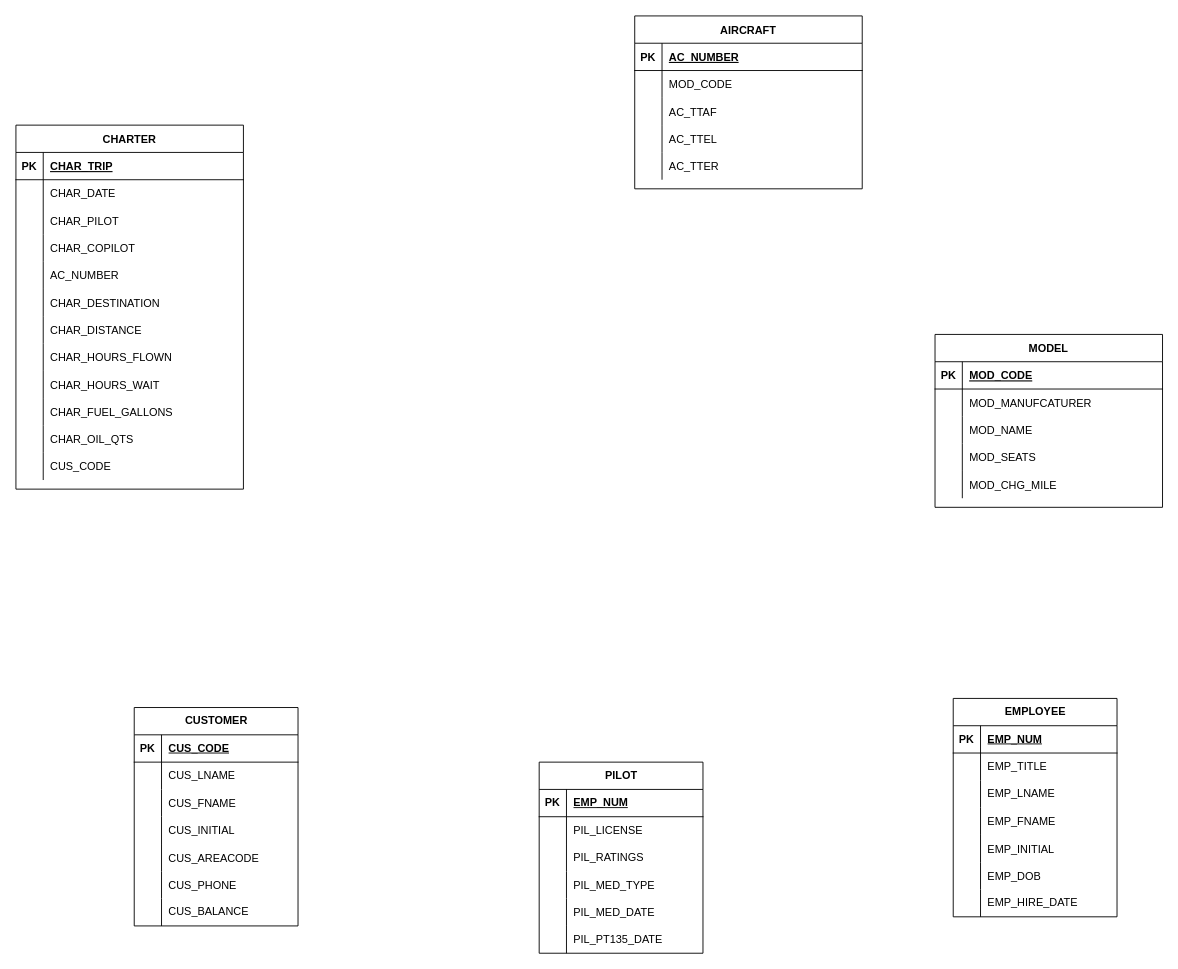
This is week4.drawio from GreenFella/databaseclass, a draw.io file, before an edit. Source tidied: cells renumbered, new cells numbered last; positions are measured from the earlier drawing's top-left corner, leaving out a move shared by most shapes. Both pictures are drawn from the tidied source at 91%, with x=0, y=0 at pixel (15, 15).
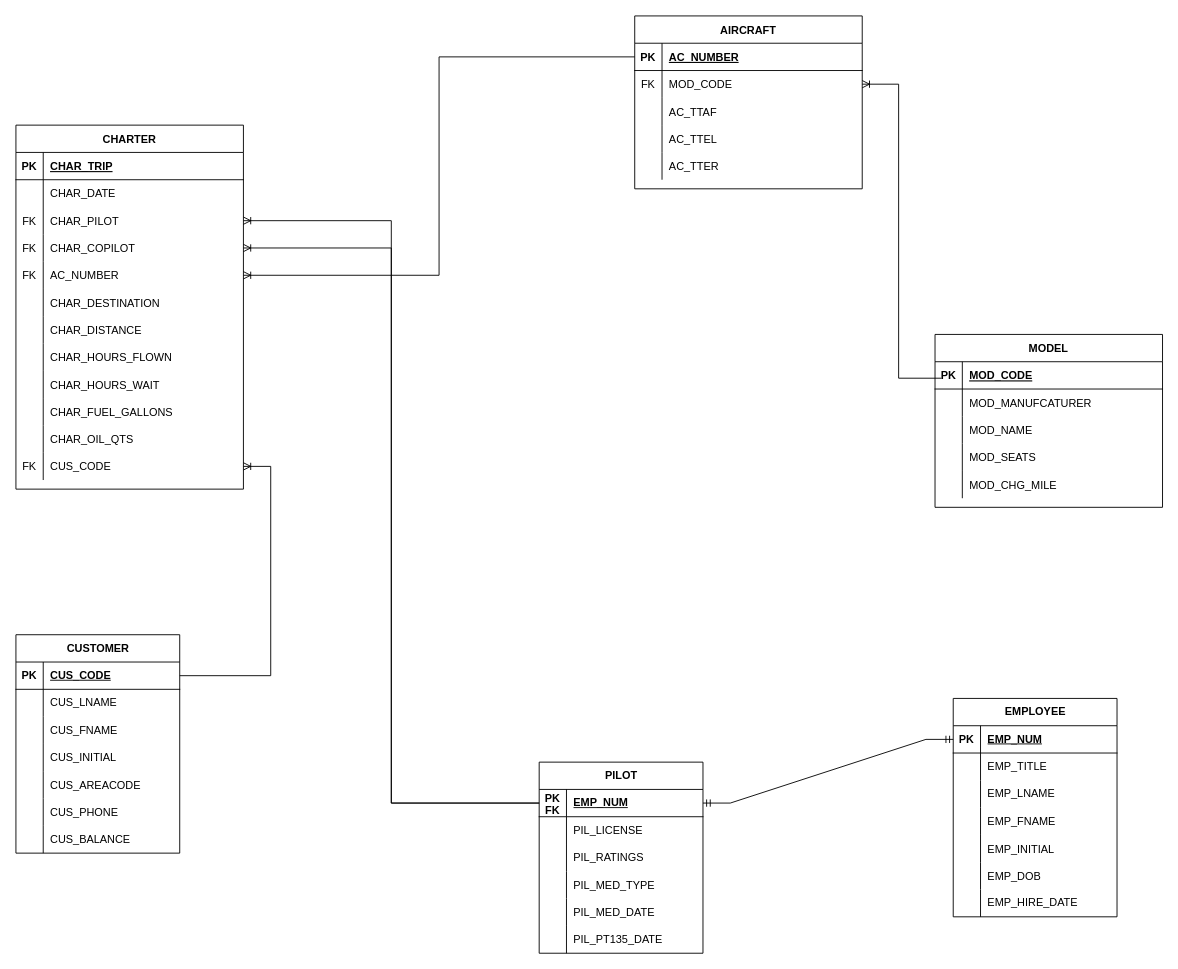
The same page after the edit.

Unchanged cells that the change refers to:
```xml
<mxCell id="3" style="shape=partialRectangle;fillColor=none;points=[[0,0.5],[1,0.5]];portConstraint=eastwest;top=0;left=0;right=0;bottom=1;" parent="2" vertex="1">
  <mxGeometry y="30" width="250" height="30" as="geometry" />
</mxCell>
<mxCell id="6" style="shape=partialRectangle;fillColor=none;points=[[0,0.5],[1,0.5]];portConstraint=eastwest;top=0;left=0;right=0;bottom=0;" parent="2" vertex="1">
  <mxGeometry y="60" width="250" height="30" as="geometry" />
</mxCell>
<mxCell id="19" style="shape=partialRectangle;fillColor=none;points=[[0,0.5],[1,0.5]];portConstraint=eastwest;top=0;left=0;right=0;bottom=1;" parent="18" vertex="1">
  <mxGeometry y="30" width="250" height="30" as="geometry" />
</mxCell>
<mxCell id="41" style="shape=tableRow;horizontal=0;startSize=0;swimlaneHead=0;swimlaneBody=0;fillColor=none;points=[[0,0.5],[1,0.5]];portConstraint=eastwest;top=0;left=0;right=0;bottom=0;" parent="34" vertex="1">
  <mxGeometry y="90" width="250" height="30" as="geometry" />
</mxCell>
<mxCell id="44" style="shape=tableRow;horizontal=0;startSize=0;swimlaneHead=0;swimlaneBody=0;fillColor=none;points=[[0,0.5],[1,0.5]];portConstraint=eastwest;top=0;left=0;right=0;bottom=0;" parent="34" vertex="1">
  <mxGeometry y="120" width="250" height="30" as="geometry" />
</mxCell>
<mxCell id="47" style="shape=tableRow;horizontal=0;startSize=0;swimlaneHead=0;swimlaneBody=0;fillColor=none;points=[[0,0.5],[1,0.5]];portConstraint=eastwest;top=0;left=0;right=0;bottom=0;" parent="34" vertex="1">
  <mxGeometry y="150" width="250" height="30" as="geometry" />
</mxCell>
<mxCell id="68" style="shape=tableRow;horizontal=0;startSize=0;swimlaneHead=0;swimlaneBody=0;fillColor=none;points=[[0,0.5],[1,0.5]];portConstraint=eastwest;top=0;left=0;right=0;bottom=0;" parent="34" vertex="1">
  <mxGeometry y="360" width="250" height="30" as="geometry" />
</mxCell>
<mxCell id="72" style="shape=tableRow;horizontal=0;startSize=0;swimlaneHead=0;swimlaneBody=0;fillColor=none;points=[[0,0.5],[1,0.5]];portConstraint=eastwest;top=0;left=0;right=0;bottom=1;" parent="71" vertex="1">
  <mxGeometry y="30" width="180" height="30" as="geometry" />
</mxCell>
<mxCell id="91" style="shape=tableRow;horizontal=0;startSize=0;swimlaneHead=0;swimlaneBody=0;fillColor=none;points=[[0,0.5],[1,0.5]];portConstraint=eastwest;top=0;left=0;right=0;bottom=1;" parent="90" vertex="1">
  <mxGeometry y="30" width="180" height="30" as="geometry" />
</mxCell>
<mxCell id="113" style="shape=tableRow;horizontal=0;startSize=0;swimlaneHead=0;swimlaneBody=0;fillColor=none;points=[[0,0.5],[1,0.5]];portConstraint=eastwest;top=0;left=0;right=0;bottom=1;" parent="112" vertex="1">
  <mxGeometry y="30" width="180" height="30" as="geometry" />
</mxCell>
```

The edit, as a diff of the source:
```diff
@@
-    <mxCell id="7" style="shape=partialRectangle;overflow=hidden;fillColor=none;top=0;left=0;bottom=0;right=0;" parent="6" vertex="1">
+    <mxCell id="7" value="FK" style="shape=partialRectangle;overflow=hidden;fillColor=none;top=0;left=0;bottom=0;right=0;" parent="6" vertex="1">
       <mxGeometry width="30" height="30" as="geometry" />
     </mxCell>
@@
-    <mxCell id="42" style="shape=partialRectangle;fillColor=none;top=0;left=0;bottom=0;right=0;overflow=hidden;" parent="41" vertex="1">
+    <mxCell id="42" value="FK" style="shape=partialRectangle;fillColor=none;top=0;left=0;bottom=0;right=0;overflow=hidden;" parent="41" vertex="1">
       <mxGeometry width="30" height="30" as="geometry" />
     </mxCell>
@@
-    <mxCell id="45" style="shape=partialRectangle;fillColor=none;top=0;left=0;bottom=0;right=0;overflow=hidden;" parent="44" vertex="1">
+    <mxCell id="45" value="FK" style="shape=partialRectangle;fillColor=none;top=0;left=0;bottom=0;right=0;overflow=hidden;" parent="44" vertex="1">
       <mxGeometry width="30" height="30" as="geometry" />
     </mxCell>
@@
-    <mxCell id="48" style="shape=partialRectangle;fillColor=none;top=0;left=0;bottom=0;right=0;overflow=hidden;" parent="47" vertex="1">
+    <mxCell id="48" value="FK" style="shape=partialRectangle;fillColor=none;top=0;left=0;bottom=0;right=0;overflow=hidden;" parent="47" vertex="1">
       <mxGeometry width="30" height="30" as="geometry" />
     </mxCell>
@@
-    <mxCell id="69" style="shape=partialRectangle;fillColor=none;top=0;left=0;bottom=0;right=0;overflow=hidden;" parent="68" vertex="1">
+    <mxCell id="69" value="FK" style="shape=partialRectangle;fillColor=none;top=0;left=0;bottom=0;right=0;overflow=hidden;" parent="68" vertex="1">
       <mxGeometry width="30" height="30" as="geometry" />
     </mxCell>
@@
-    <mxCell id="73" value="PK" style="shape=partialRectangle;fillColor=none;top=0;left=0;bottom=0;right=0;fontStyle=1;overflow=hidden;whiteSpace=wrap;html=1;" parent="72" vertex="1">
+    <mxCell id="73" value="PK FK" style="shape=partialRectangle;fillColor=none;top=0;left=0;bottom=0;right=0;fontStyle=1;overflow=hidden;whiteSpace=wrap;html=1;" parent="72" vertex="1">
       <mxGeometry width="30" height="30" as="geometry" />
     </mxCell>
@@
     <mxCell id="90" value="CUSTOMER" style="shape=table;startSize=30;childLayout=tableLayout;rowLines=0;fontStyle=1;align=center;html=1;" parent="1" vertex="1">
-      <mxGeometry x="130" y="760" width="180" height="240" as="geometry" />
+      <mxGeometry y="680" width="180" height="240" as="geometry" />
     </mxCell>
@@
+    <mxCell id="134" style="edgeStyle=entityRelationEdgeStyle;fontSize=12;html=1;endArrow=ERmandOne;startArrow=ERmandOne;rounded=0;" parent="1" edge="1" source="72" target="113">
+      <mxGeometry relative="1" as="geometry" />
+    </mxCell>
+    <mxCell id="135" style="edgeStyle=orthogonalEdgeStyle;fontSize=12;html=1;endArrow=ERoneToMany;rounded=0;" parent="1" edge="1" source="72" target="41">
+      <mxGeometry relative="1" as="geometry" />
+    </mxCell>
+    <mxCell id="136" style="edgeStyle=orthogonalEdgeStyle;fontSize=12;html=1;endArrow=ERoneToMany;rounded=0;" parent="1" edge="1" source="72" target="44">
+      <mxGeometry relative="1" as="geometry" />
+    </mxCell>
+    <mxCell id="137" style="edgeStyle=orthogonalEdgeStyle;fontSize=12;html=1;endArrow=ERoneToMany;rounded=0;exitX=0.028;exitY=0.604;exitDx=0;exitDy=0;exitPerimeter=0;" parent="1" edge="1" source="19" target="6">
+      <mxGeometry relative="1" as="geometry" />
+    </mxCell>
+    <mxCell id="138" style="edgeStyle=orthogonalEdgeStyle;fontSize=12;html=1;endArrow=ERoneToMany;rounded=0;" parent="1" edge="1" source="3" target="47">
+      <mxGeometry relative="1" as="geometry" />
+    </mxCell>
+    <mxCell id="139" style="edgeStyle=orthogonalEdgeStyle;fontSize=12;html=1;endArrow=ERoneToMany;rounded=0;" parent="1" edge="1" source="91" target="68">
+      <mxGeometry relative="1" as="geometry">
+        <Array as="points">
+          <mxPoint x="280" y="725" />
+          <mxPoint x="280" y="495" />
+        </Array>
+      </mxGeometry>
+    </mxCell>
```
